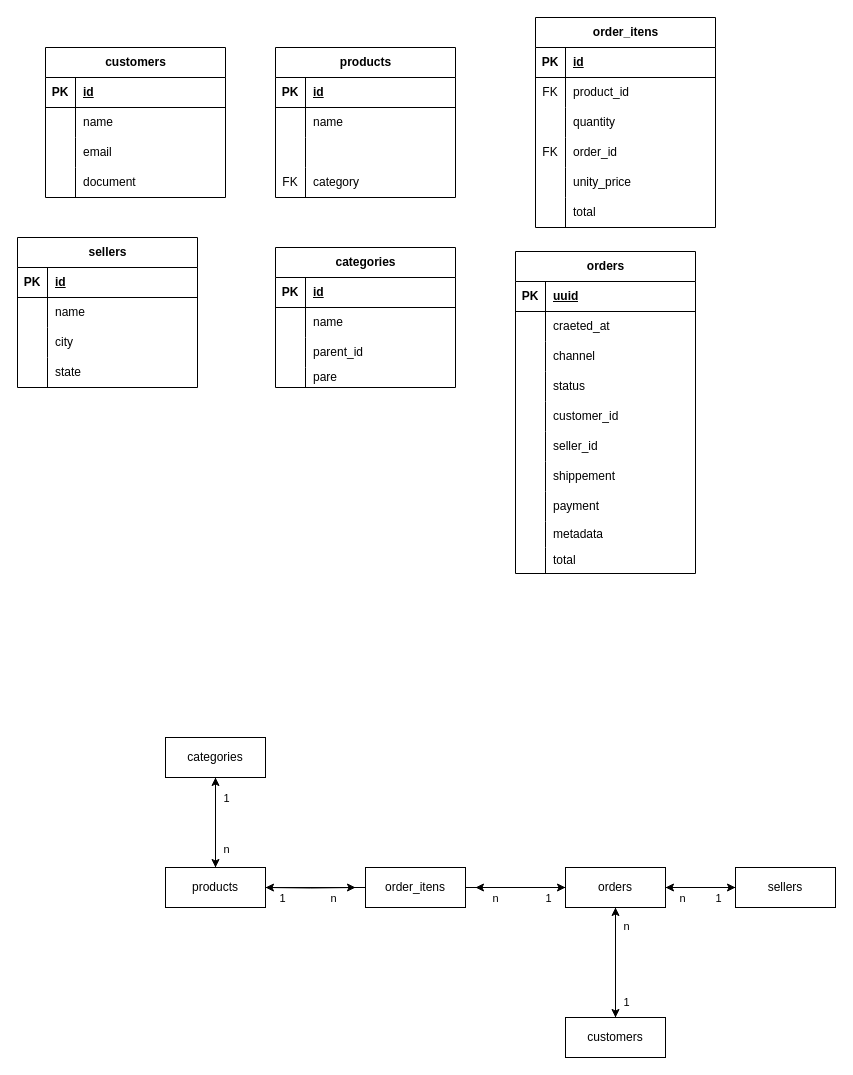
Earlier version of the draw.io diagram docs/diagrama-bd.drawio (gabrielspirlan/grupo-9-trabalho-mensageria). Source tidied: cells renumbered, new cells numbered last; positions are measured from the earlier drawing's top-left corner, leaving out a move shared by most shapes. Both pictures are drawn from the tidied source at 100%, with x=0, y=0 at pixel (17, 17).
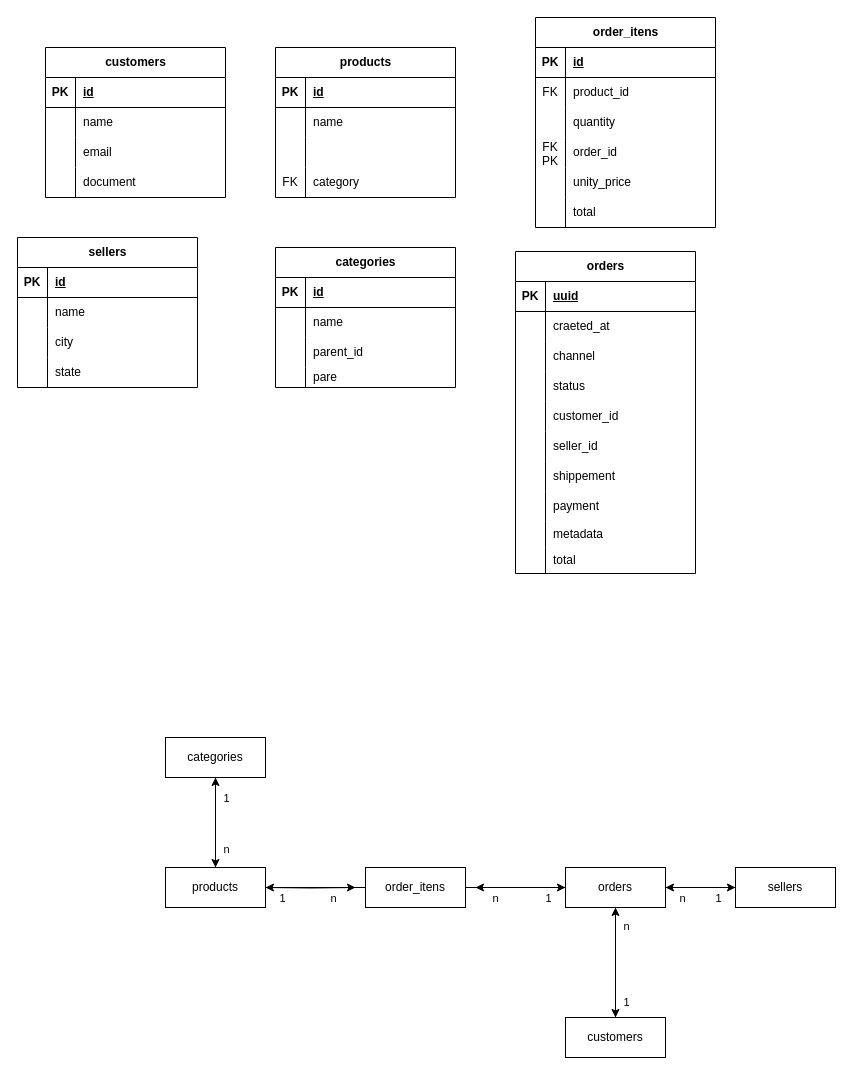
The same page after the edit.

Unchanged cells that the change refers to:
```xml
<mxCell id="82" style="shape=tableRow;horizontal=0;startSize=0;swimlaneHead=0;swimlaneBody=0;fillColor=none;top=0;left=0;right=0;bottom=0;" parent="72" vertex="1">
  <mxGeometry y="120" width="180" height="30" as="geometry" />
</mxCell>
```

Diff of the diagram source:
```diff
@@
-    <mxCell id="83" value="FK" style="shape=partialRectangle;fillColor=none;top=0;left=0;bottom=0;right=0;overflow=hidden;whiteSpace=wrap;html=1;" parent="82" vertex="1">
+    <mxCell id="83" value="FK PK" style="shape=partialRectangle;fillColor=none;top=0;left=0;bottom=0;right=0;overflow=hidden;whiteSpace=wrap;html=1;" parent="82" vertex="1">
       <mxGeometry width="30" height="30" as="geometry" />
     </mxCell>
```
